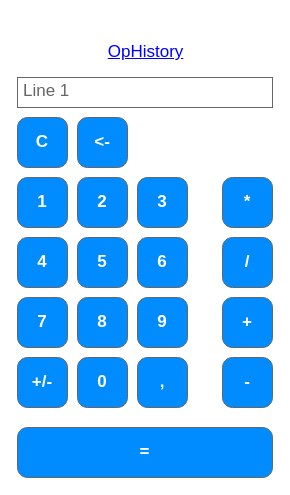
Plasmat1x/CalculatorTeamWork keeps this draw.io diagram as page "Page-3" (2 of 2) of TWCalculator/Resources/TWCalculator.drawio. Above is the earlier version. Source tidied: cells renumbered, new cells numbered last; positions are measured from the earlier drawing's top-left corner, leaving out a move shared by most shapes. Both pictures are drawn from the tidied source at 100%, with x=0, y=0 at pixel (17, 37).
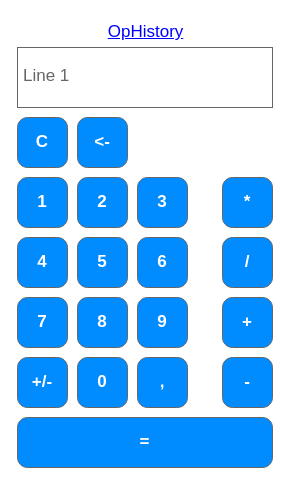
The same page after the edit.

Commit message (it also covers changes not shown here):
Fix Backspace and Enter, add Key decimal

What changed in the source:
```diff
@@
-    <mxCell id="3" value="Line 1" style="strokeWidth=1;shadow=0;dashed=0;align=center;html=1;shape=mxgraph.mockup.text.textBox;fontColor=#666666;align=left;fontSize=17;spacingLeft=4;spacingTop=-3;strokeColor=#666666;mainText=;" parent="1" vertex="1">
-      <mxGeometry y="40" width="255" height="30" as="geometry" />
+    <mxCell id="3" value="Line 1" style="strokeWidth=1;shadow=0;dashed=0;align=center;html=1;shape=mxgraph.mockup.text.textBox;fontColor=#666666;align=left;fontSize=17;spacingLeft=4;spacingTop=-3;strokeColor=#666666;mainText=;perimeter=rectanglePerimeter;" parent="1" vertex="1">
+      <mxGeometry y="10" width="255" height="60" as="geometry" />
     </mxCell>
@@
     <mxCell id="18" value="=" style="strokeWidth=1;shadow=0;dashed=0;align=center;html=1;shape=mxgraph.mockup.buttons.button;strokeColor=#666666;fontColor=#ffffff;mainText=;buttonStyle=round;fontSize=17;fontStyle=1;fillColor=#008cff;whiteSpace=wrap;" parent="1" vertex="1">
-      <mxGeometry y="390" width="255" height="50" as="geometry" />
+      <mxGeometry y="380" width="255" height="50" as="geometry" />
     </mxCell>
@@
     <mxCell id="22" value="OpHistory" style="shape=rectangle;strokeColor=none;fillColor=none;linkText=;fontSize=17;fontColor=#0000ff;fontStyle=4;html=1;align=center;" parent="1" vertex="1">
-      <mxGeometry x="52.5" width="150" height="30" as="geometry" />
+      <mxGeometry y="-20" width="255" height="30" as="geometry" />
     </mxCell>
```
